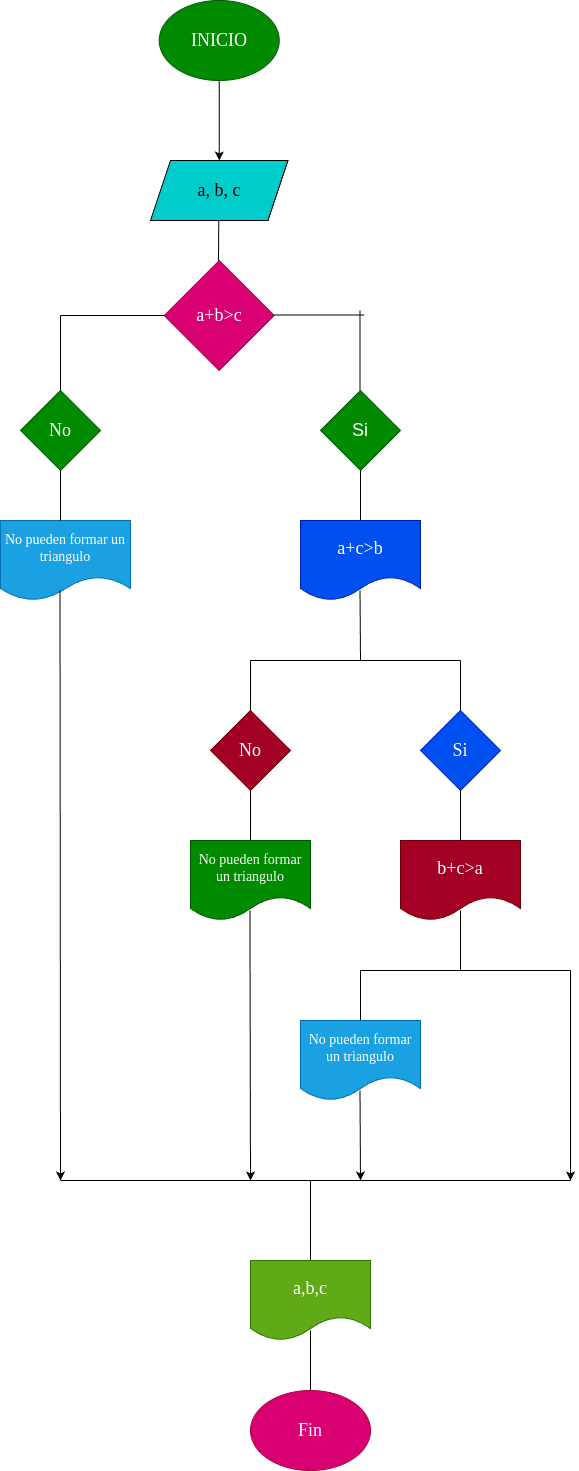
SamyrArchila/Quiz_Condicionales keeps this draw.io diagram as Diagrama.png. Above is the earlier version. Source tidied: cells renumbered, new cells last; positions are measured from the earlier drawing's top-left corner, leaving out a move shared by most shapes.
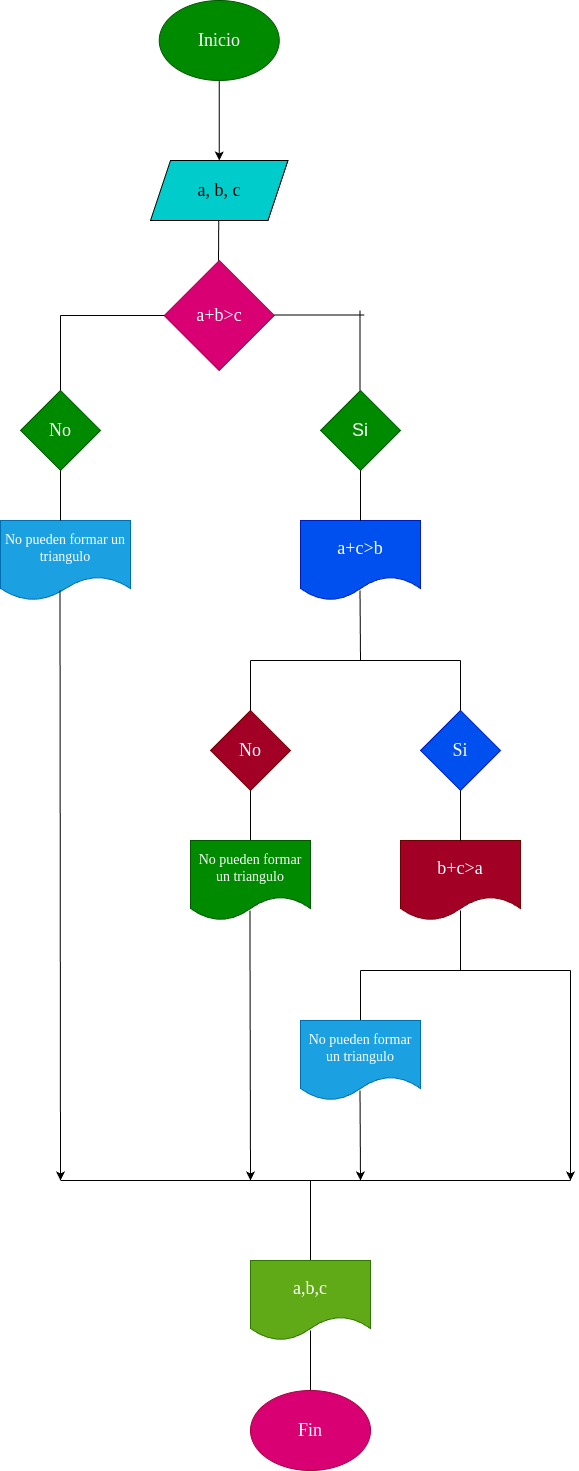
Above is the later version.

What changed in the source:
```diff
@@ -206,7 +206,7 @@
     <mxCell id="42" value="&lt;font face=&quot;Georgia&quot;&gt;Fin&lt;/font&gt;" style="ellipse;whiteSpace=wrap;html=1;fontSize=18;fillColor=#d80073;fontColor=#ffffff;strokeColor=#A50040;" parent="1" vertex="1">
       <mxGeometry x="250" y="1390" width="120" height="80" as="geometry" />
     </mxCell>
-    <mxCell id="43" value="&lt;font face=&quot;Georgia&quot; style=&quot;font-size: 18px;&quot;&gt;INICIO&lt;/font&gt;" style="ellipse;whiteSpace=wrap;html=1;fillColor=#008a00;fontColor=#ffffff;strokeColor=#005700;" parent="1" vertex="1">
+    <mxCell id="43" value="&lt;font face=&quot;Georgia&quot;&gt;&lt;span style=&quot;font-size: 18px;&quot;&gt;Inicio&lt;/span&gt;&lt;/font&gt;" style="ellipse;whiteSpace=wrap;html=1;fillColor=#008a00;fontColor=#ffffff;strokeColor=#005700;" parent="1" vertex="1">
       <mxGeometry x="158.8" width="120" height="80" as="geometry" />
     </mxCell>
   </root>
```
